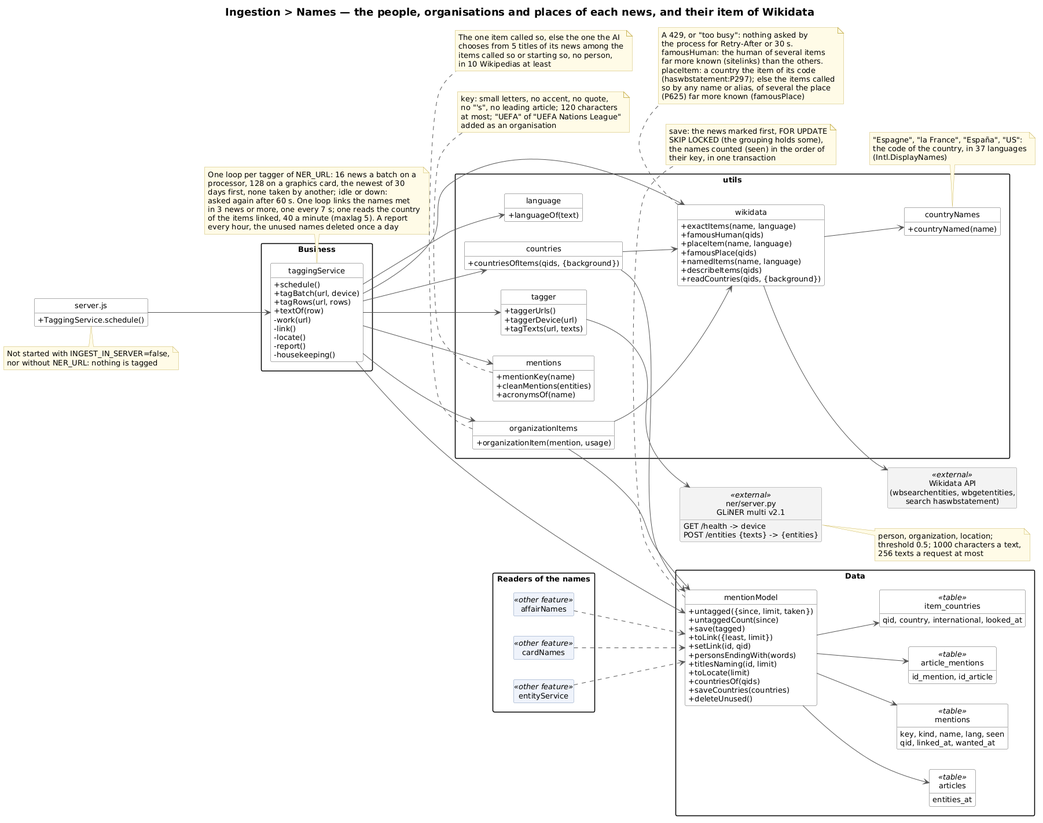
This is docs/ingestion/names/ingestion-names-class.png from TPI2026-NewsGenerator/NewsGenerator-Backend, a PlantUML export, as it was before one commit.
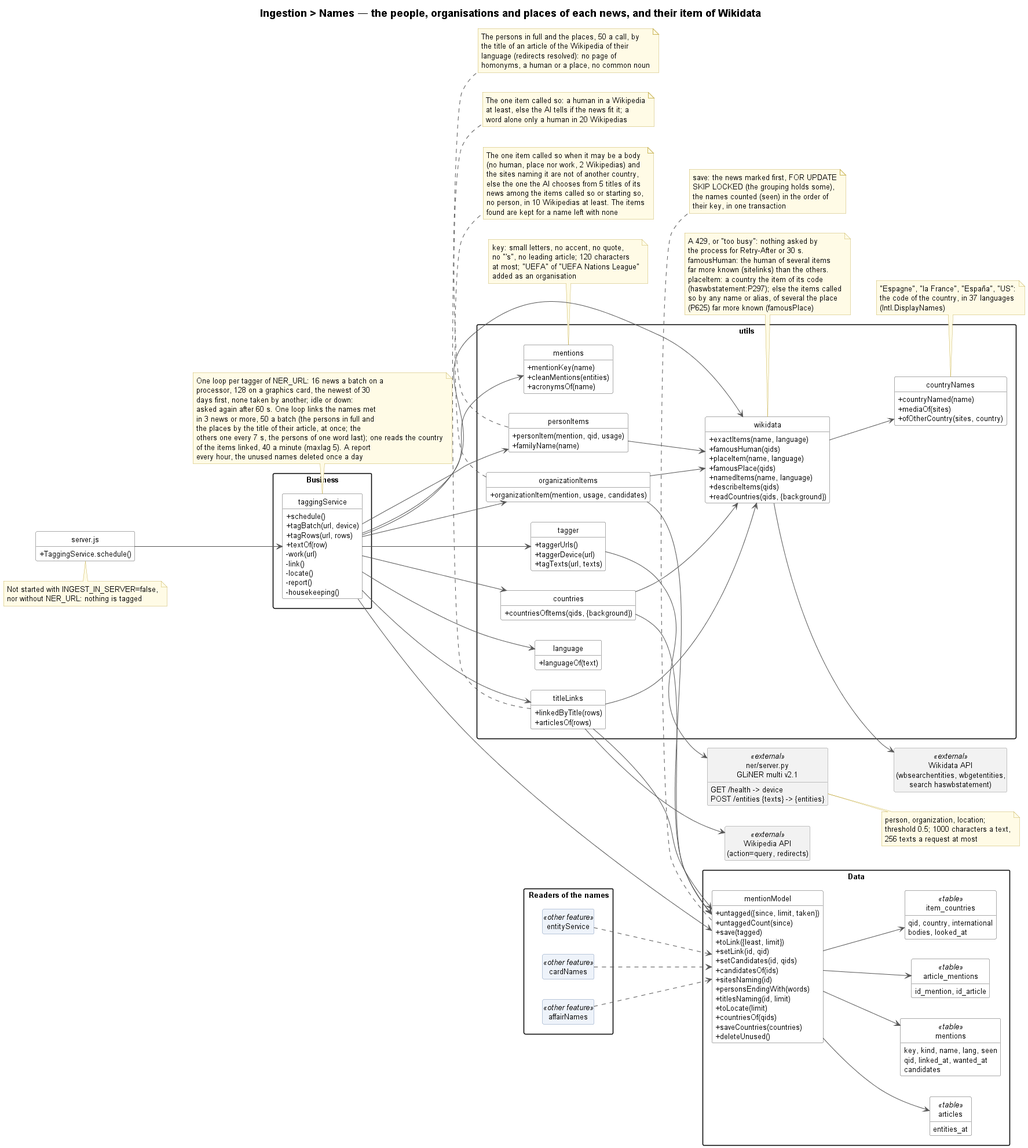
The same file after the commit.

What changed in the source:
```diff
@@ -29,7 +29,9 @@
     processor, 128 on a graphics card, the newest of 30
     days first, none taken by another; idle or down:
     asked again after 60 s. One loop links the names met
-    in 3 news or more, one every 7 s; one reads the country
+    in 3 news or more, 50 a batch (the persons in full and
+    the places by the title of their article, at once; the
+    others one every 7 s, the persons of one word last); one reads the country
     of the items linked, 40 a minute (maxlag 5). A report
     every hour, the unused names deleted once a day
 end note
@@ -59,12 +61,22 @@
     }
     class countryNames {
         + countryNamed(name)
+        + mediaOf(sites)
+        + ofOtherCountry(sites, country)
     }
     class countries {
         + countriesOfItems(qids, {background})
     }
     class organizationItems {
-        + organizationItem(mention, usage)
+        + organizationItem(mention, usage, candidates)
+    }
+    class personItems {
+        + personItem(mention, qid, usage)
+        + familyName(name)
+    }
+    class titleLinks {
+        + linkedByTitle(rows)
+        + articlesOf(rows)
     }
 }
 note bottom of mentions
@@ -89,10 +101,24 @@
     (Intl.DisplayNames)
 end note
 note bottom of organizationItems
-    The one item called so, else the one the AI
-    chooses from 5 titles of its news among the
-    items called so or starting so, no person,
-    in 10 Wikipedias at least
+    The one item called so when it may be a body
+    (no human, place nor work, 2 Wikipedias) and
+    the sites naming it are not of another country,
+    else the one the AI chooses from 5 titles of its
+    news among the items called so or starting so,
+    no person, in 10 Wikipedias at least. The items
+    found are kept for a name left with none
+end note
+note bottom of personItems
+    The one item called so: a human in a Wikipedia
+    at least, else the AI tells if the news fit it; a
+    word alone only a human in 20 Wikipedias
+end note
+note bottom of titleLinks
+    The persons in full and the places, 50 a call, by
+    the title of an article of the Wikipedia of their
+    language (redirects resolved): no page of
+    homonyms, a human or a place, no common noun
 end note
 
 package "Data" {
@@ -102,6 +128,9 @@
         + save(tagged)
         + toLink({least, limit})
         + setLink(id, qid)
+        + setCandidates(id, qids)
+        + candidatesOf(ids)
+        + sitesNaming(id)
         + personsEndingWith(words)
         + titlesNaming(id, limit)
         + toLocate(limit)
@@ -115,12 +144,14 @@
     class "mentions" as mentionsTable <<table>> {
         key, kind, name, lang, seen
         qid, linked_at, wanted_at
+        candidates
     }
     class "article_mentions" as amTable <<table>> {
         id_mention, id_article
     }
     class "item_countries" as countriesTable <<table>> {
-        qid, country, international, looked_at
+        qid, country, international
+        bodies, looked_at
     }
 }
 note bottom of mentionModel
@@ -146,6 +177,7 @@
     256 texts a request at most
 end note
 class "Wikidata API\n(wbsearchentities, wbgetentities,\nsearch haswbstatement)" as WikidataApi <<external>>
+class "Wikipedia API\n(action=query, redirects)" as WikipediaApi <<external>>
 
 serverStart --> taggingService
 taggingService --> tagger
@@ -153,6 +185,11 @@
 taggingService --> language
 taggingService --> wikidata
 taggingService --> organizationItems
+taggingService --> personItems
+taggingService --> titleLinks
+titleLinks --> wikidata
+titleLinks --> mentionModel
+personItems --> wikidata
 taggingService --> countries
 countries --> wikidata
 countries --> mentionModel
@@ -162,6 +199,7 @@
 taggingService --> mentionModel
 tagger --> Ner
 wikidata --> WikidataApi
+titleLinks --> WikipediaApi
 mentionModel --> articlesTable
 mentionModel --> mentionsTable
 mentionModel --> amTable
```
